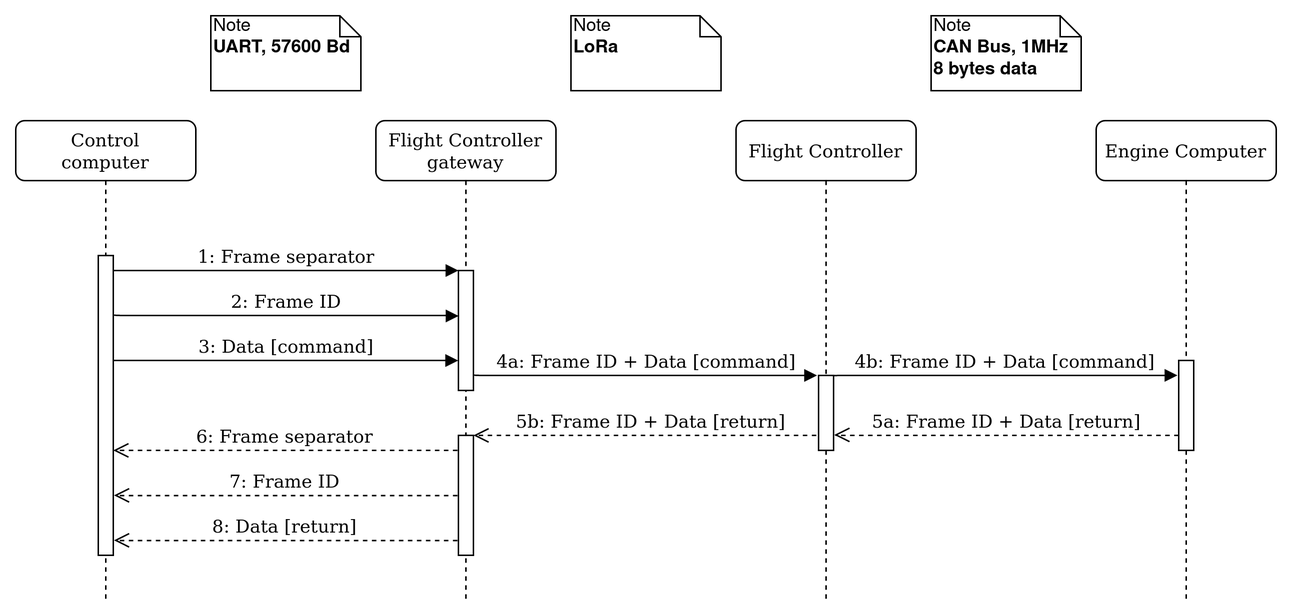
Before: doc/diagrams/command-sequence-ec.png, a diagram exported from draw.io (aesirkth/flight-controller). Source tidied: cells renumbered, new cells last; positions are measured from the earlier drawing's top-left corner, leaving out a move shared by most shapes.
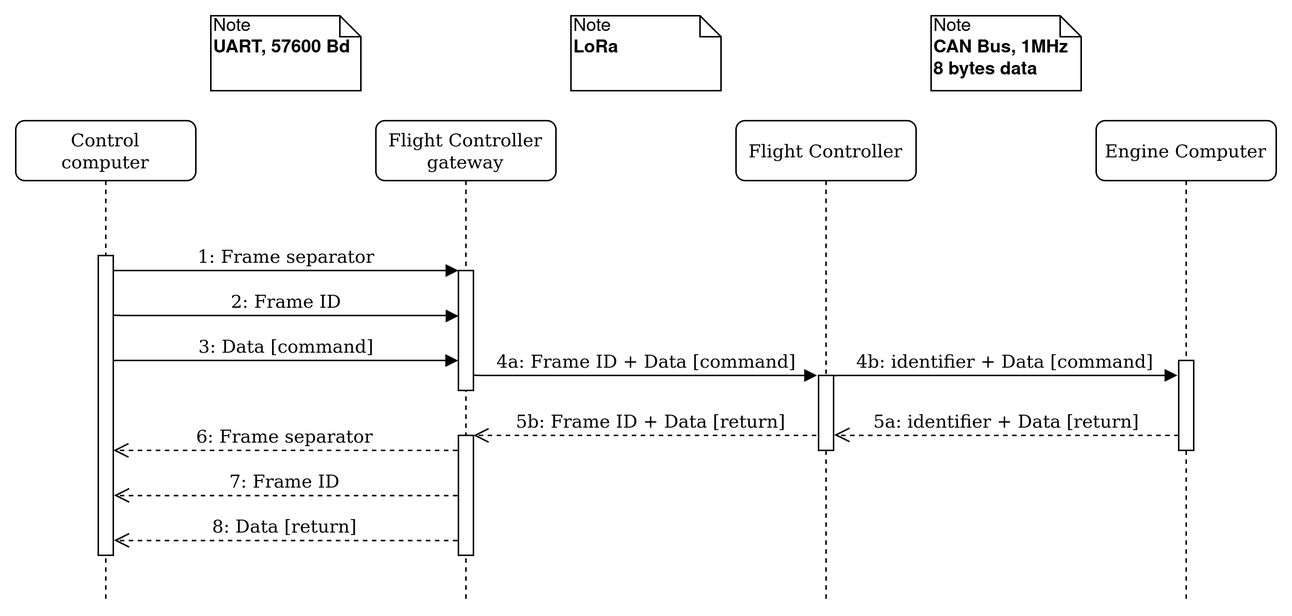
The same file after the commit.

Commit message:
doc: update communication sequences

Change to the diagram source:
```diff
@@ -118,7 +118,7 @@
         </Array>
       </mxGeometry>
     </mxCell>
-    <mxCell id="18" value="4b: Frame ID + Data [command]" style="html=1;verticalAlign=bottom;endArrow=block;labelBackgroundColor=none;fontFamily=Verdana;fontSize=12;edgeStyle=elbowEdgeStyle;elbow=vertical;entryX=-0.081;entryY=0.166;entryDx=0;entryDy=0;entryPerimeter=0;exitX=0.914;exitY=0.009;exitDx=0;exitDy=0;exitPerimeter=0;" parent="1" edge="1" source="7" target="20">
+    <mxCell id="18" value="4b: identifier + Data [command]" style="html=1;verticalAlign=bottom;endArrow=block;labelBackgroundColor=none;fontFamily=Verdana;fontSize=12;edgeStyle=elbowEdgeStyle;elbow=vertical;entryX=-0.081;entryY=0.166;entryDx=0;entryDy=0;entryPerimeter=0;exitX=0.914;exitY=0.009;exitDx=0;exitDy=0;exitPerimeter=0;" parent="1" edge="1" source="7" target="20">
       <mxGeometry relative="1" as="geometry">
         <Array as="points">
           <mxPoint x="574.8" y="240" />
@@ -132,7 +132,7 @@
         </Array>
       </mxGeometry>
     </mxCell>
-    <mxCell id="19" value="5a: Frame ID + Data [return]" style="html=1;verticalAlign=bottom;endArrow=open;dashed=1;endSize=8;labelBackgroundColor=none;fontFamily=Verdana;fontSize=12;edgeStyle=elbowEdgeStyle;elbow=vertical;entryX=1.05;entryY=0.793;entryDx=0;entryDy=0;entryPerimeter=0;" parent="1" edge="1" target="7">
+    <mxCell id="19" value="5a: identifier + Data [return]" style="html=1;verticalAlign=bottom;endArrow=open;dashed=1;endSize=8;labelBackgroundColor=none;fontFamily=Verdana;fontSize=12;edgeStyle=elbowEdgeStyle;elbow=vertical;entryX=1.05;entryY=0.793;entryDx=0;entryDy=0;entryPerimeter=0;" parent="1" edge="1" target="7">
       <mxGeometry relative="1" as="geometry">
         <mxPoint x="775" y="280" as="sourcePoint" />
         <Array as="points">
```
